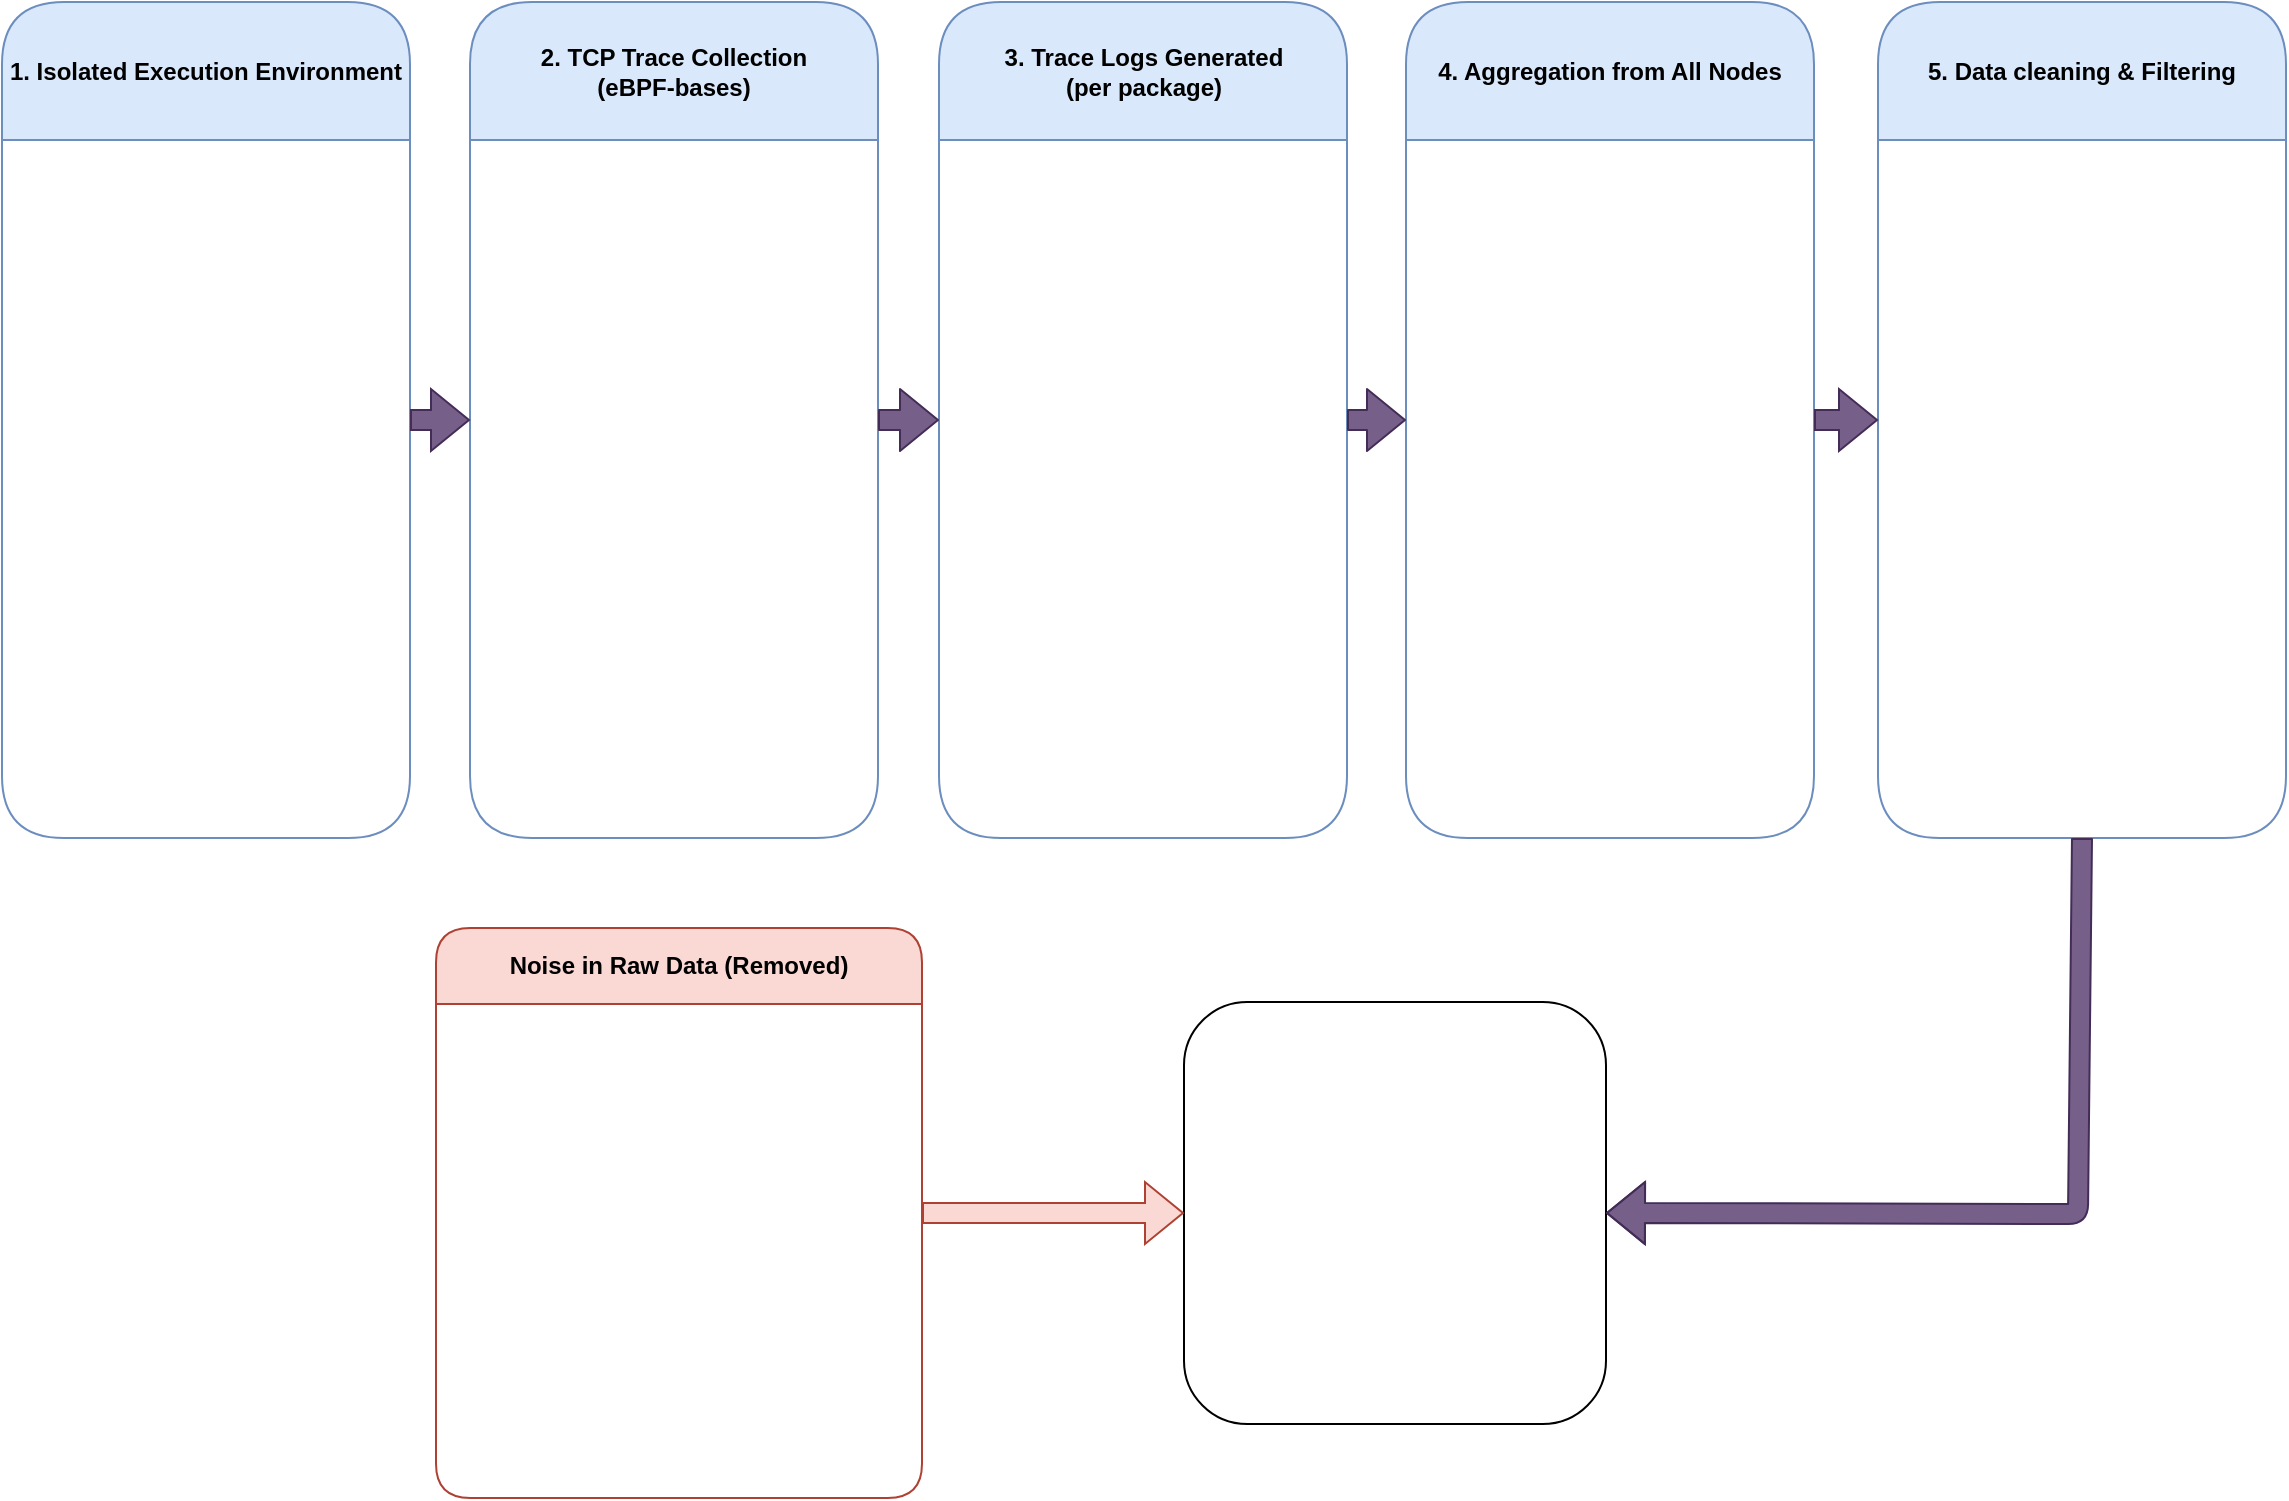
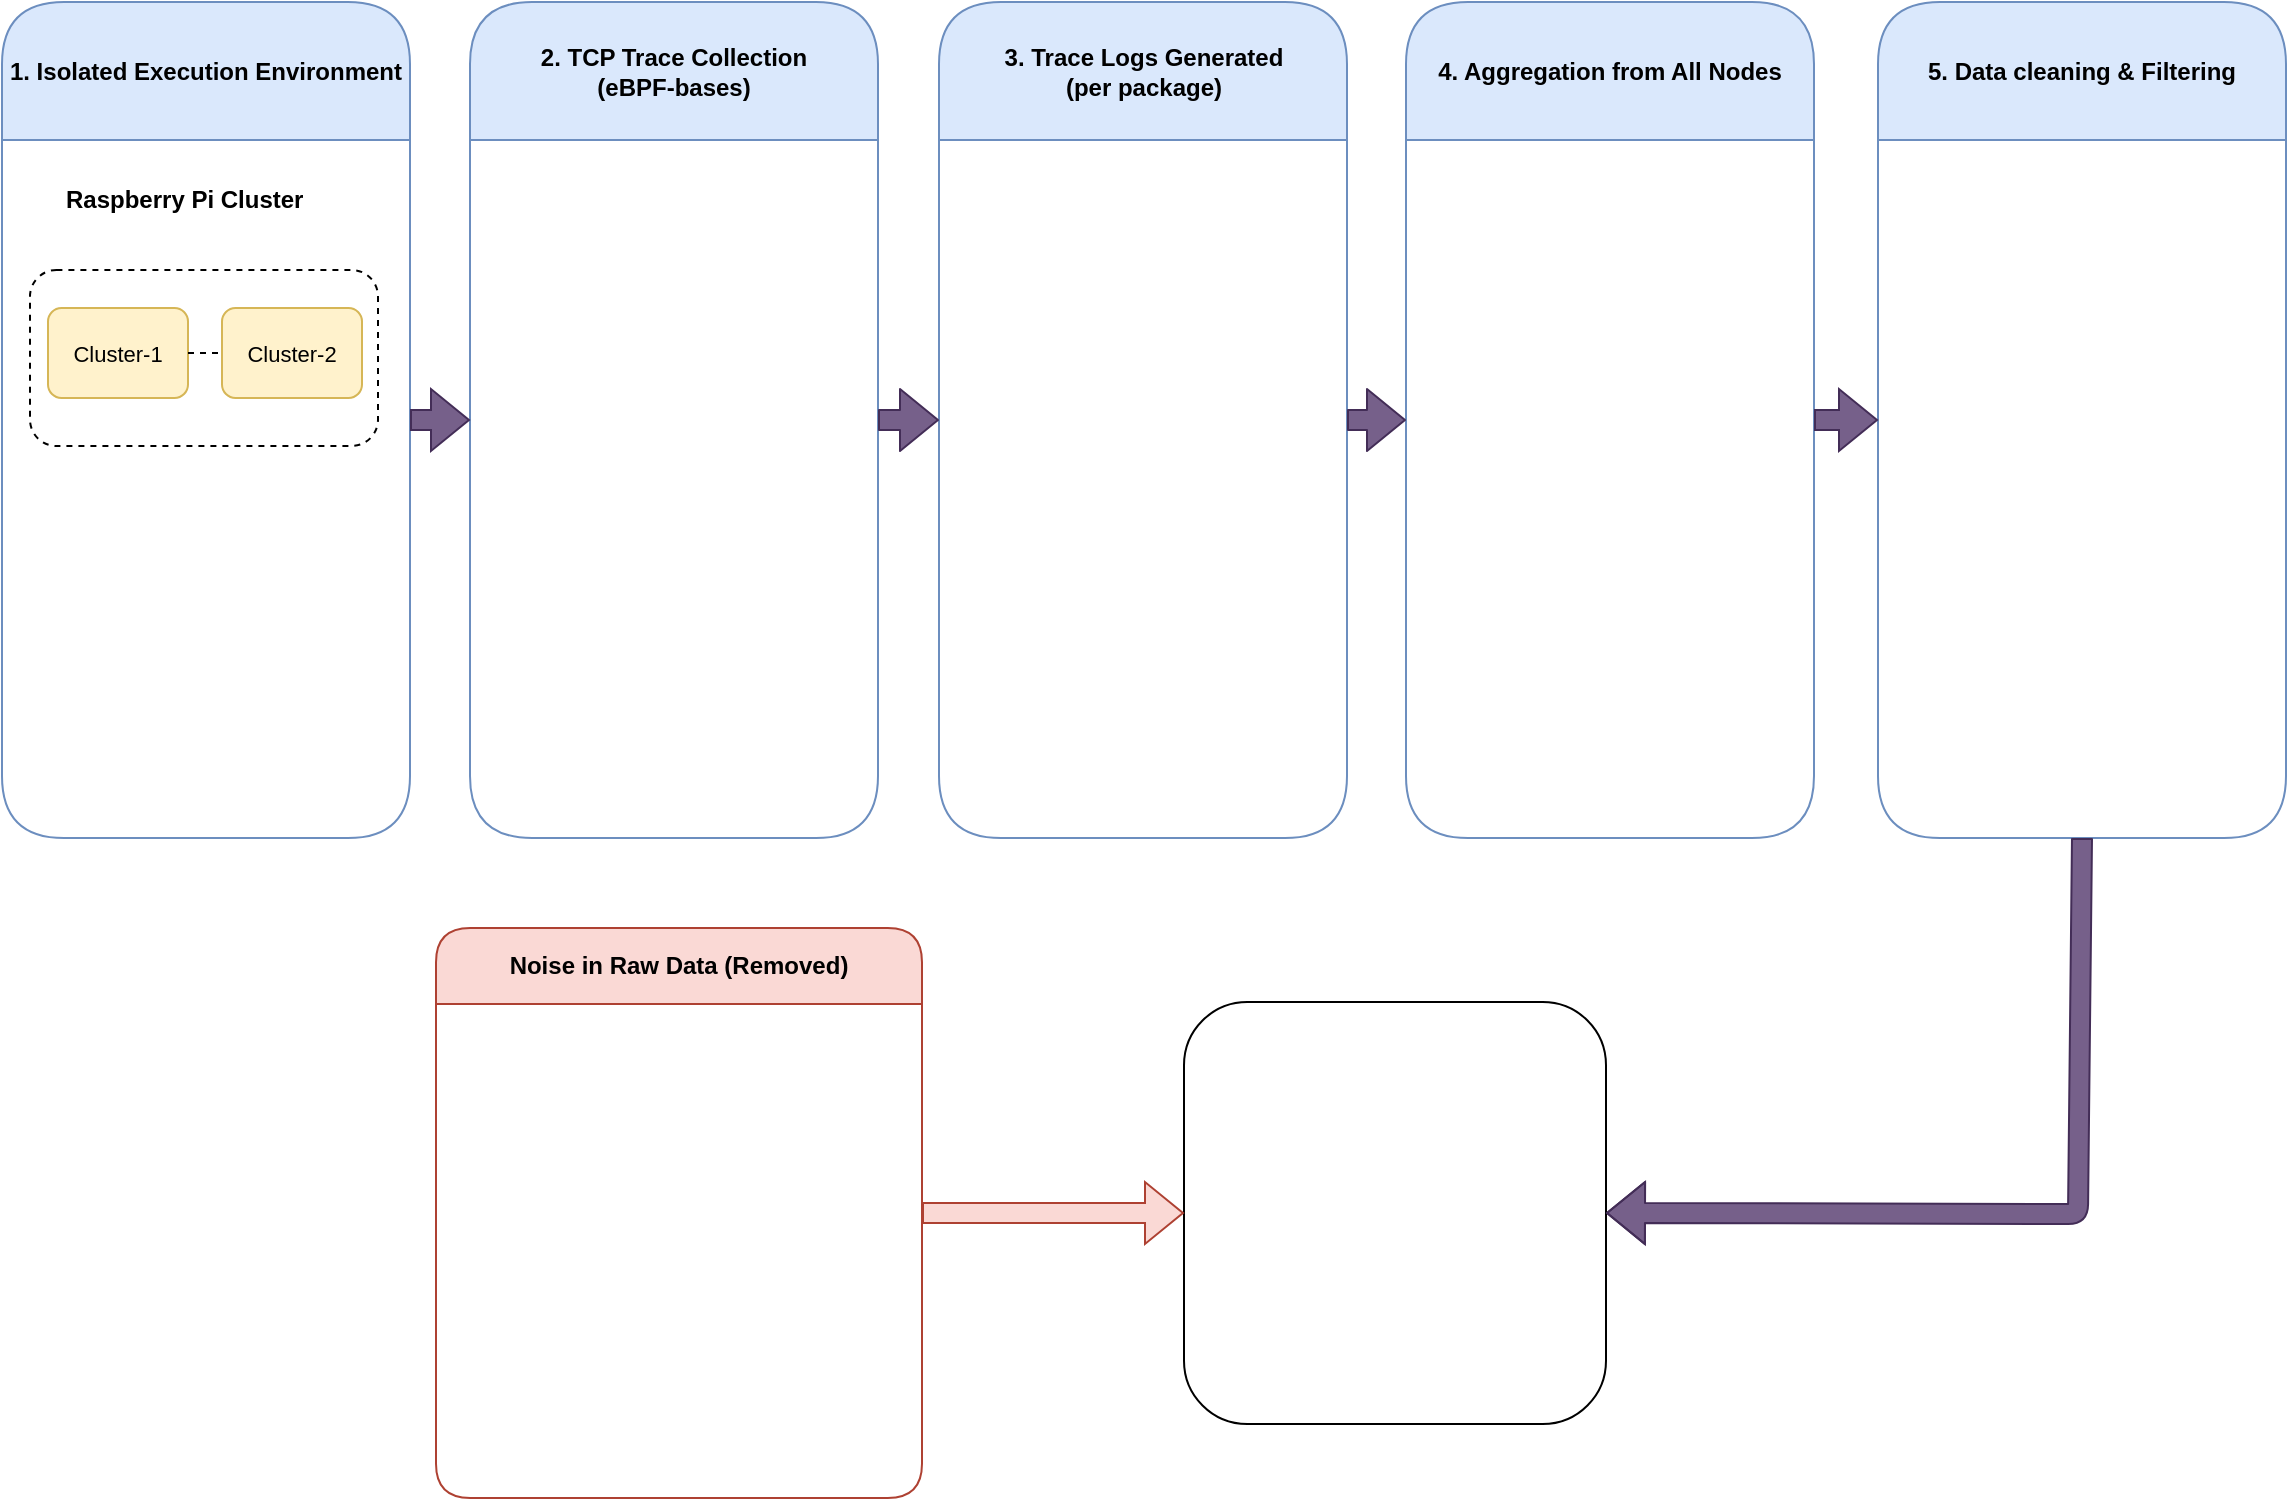
<mxfile host="app.diagrams.net">
  <diagram name="Page-1" id="8kyjSIY6fsYWo43MdOdE">
    <mxGraphModel dx="1406" dy="814" grid="0" gridSize="10" guides="1" tooltips="1" connect="1" arrows="1" fold="1" page="1" pageScale="1" pageWidth="1181" pageHeight="827" background="none" math="0" shadow="0">
      <root>
        <mxCell id="0" />
        <mxCell id="1" parent="0" />
        <mxCell id="yPxf8Ypyw46N0n0ri4En-1" parent="1" style="swimlane;whiteSpace=wrap;html=1;swimlaneFillColor=none;rounded=1;startSize=69;strokeColor=#6c8ebf;fillColor=#dae8fc;" value="1. Isolated Execution Environment" vertex="1">
          <mxGeometry height="418" width="204" x="20" y="29" as="geometry" />
+         </mxCell>
+         <mxCell id="9OX9V2n5WXdKuxMzRrJa-6" parent="yPxf8Ypyw46N0n0ri4En-1" style="text;strokeColor=none;fillColor=none;align=left;verticalAlign=middle;spacingLeft=4;spacingRight=4;overflow=hidden;points=[[0,0.5],[1,0.5]];portConstraint=eastwest;rotatable=0;whiteSpace=wrap;html=1;" value="&lt;b&gt;Raspberry Pi Cluster&lt;/b&gt;" vertex="1">
+           <mxGeometry height="30" width="152" x="26" y="84" as="geometry" />
+         </mxCell>
+         <mxCell id="9OX9V2n5WXdKuxMzRrJa-7" parent="yPxf8Ypyw46N0n0ri4En-1" style="rounded=1;whiteSpace=wrap;html=1;dashed=1;" value="" vertex="1">
+           <mxGeometry height="88" width="174" x="14" y="134" as="geometry" />
+         </mxCell>
+         <mxCell id="9OX9V2n5WXdKuxMzRrJa-8" parent="yPxf8Ypyw46N0n0ri4En-1" style="rounded=1;whiteSpace=wrap;html=1;fillColor=#fff2cc;strokeColor=#d6b656;" value="" vertex="1">
+           <mxGeometry height="45" width="70" x="23" y="153" as="geometry" />
+         </mxCell>
+         <mxCell id="9OX9V2n5WXdKuxMzRrJa-9" parent="yPxf8Ypyw46N0n0ri4En-1" style="rounded=1;whiteSpace=wrap;html=1;fillColor=#fff2cc;strokeColor=#d6b656;" value="" vertex="1">
+           <mxGeometry height="45" width="70" x="110" y="153" as="geometry" />
+         </mxCell>
+         <mxCell id="9OX9V2n5WXdKuxMzRrJa-10" parent="yPxf8Ypyw46N0n0ri4En-1" style="text;html=1;whiteSpace=wrap;strokeColor=none;fillColor=none;align=center;verticalAlign=middle;rounded=0;" value="&lt;font style=&quot;font-size: 11px;&quot;&gt;Cluster-1&lt;/font&gt;" vertex="1">
+           <mxGeometry height="18.5" width="50" x="33" y="166.25" as="geometry" />
+         </mxCell>
+         <mxCell id="9OX9V2n5WXdKuxMzRrJa-11" parent="yPxf8Ypyw46N0n0ri4En-1" style="text;html=1;whiteSpace=wrap;strokeColor=none;fillColor=none;align=center;verticalAlign=middle;rounded=0;" value="&lt;font style=&quot;font-size: 11px;&quot;&gt;Cluster-2&lt;/font&gt;" vertex="1">
+           <mxGeometry height="18.5" width="50" x="120" y="166.25" as="geometry" />
+         </mxCell>
+         <mxCell id="9OX9V2n5WXdKuxMzRrJa-12" edge="1" parent="yPxf8Ypyw46N0n0ri4En-1" source="9OX9V2n5WXdKuxMzRrJa-8" style="endArrow=none;html=1;rounded=0;exitX=1;exitY=0.5;exitDx=0;exitDy=0;entryX=0;entryY=0.5;entryDx=0;entryDy=0;dashed=1;" target="9OX9V2n5WXdKuxMzRrJa-9" value="">
+           <mxGeometry height="50" relative="1" width="50" as="geometry">
+             <mxPoint x="545" y="408" as="sourcePoint" />
+             <mxPoint x="595" y="358" as="targetPoint" />
+           </mxGeometry>
        </mxCell>
        <mxCell id="yPxf8Ypyw46N0n0ri4En-4" parent="1" style="swimlane;whiteSpace=wrap;html=1;swimlaneFillColor=none;rounded=1;startSize=69;strokeColor=#6c8ebf;fillColor=#dae8fc;" value="2. TCP Trace Collection&lt;div&gt;(eBPF-bases)&lt;/div&gt;" vertex="1">
          <mxGeometry height="418" width="204" x="254" y="29" as="geometry" />
        </mxCell>
        <mxCell id="yPxf8Ypyw46N0n0ri4En-5" parent="1" style="swimlane;whiteSpace=wrap;html=1;swimlaneFillColor=none;rounded=1;startSize=69;strokeColor=#6c8ebf;fillColor=#dae8fc;" value="3. Trace Logs Generated&lt;div&gt;(per package)&lt;/div&gt;" vertex="1">
          <mxGeometry height="418" width="204" x="488.5" y="29" as="geometry" />
        </mxCell>
        <mxCell id="yPxf8Ypyw46N0n0ri4En-6" parent="1" style="swimlane;whiteSpace=wrap;html=1;swimlaneFillColor=none;rounded=1;startSize=69;strokeColor=#6c8ebf;fillColor=#dae8fc;" value="4. Aggregation from All Nodes" vertex="1">
          <mxGeometry height="418" width="204" x="722" y="29" as="geometry" />
        </mxCell>
        <mxCell id="yPxf8Ypyw46N0n0ri4En-7" parent="1" style="swimlane;whiteSpace=wrap;html=1;swimlaneFillColor=none;rounded=1;startSize=69;strokeColor=#6c8ebf;fillColor=#dae8fc;" value="5. Data cleaning &amp;amp; Filtering" vertex="1">
          <mxGeometry height="418" width="204" x="958" y="29" as="geometry" />
        </mxCell>
        <mxCell id="yPxf8Ypyw46N0n0ri4En-8" parent="1" style="whiteSpace=wrap;html=1;aspect=fixed;rounded=1;strokeWidth=1;" value="" vertex="1">
          <mxGeometry height="211" width="211" x="611" y="529" as="geometry" />
        </mxCell>
        <mxCell id="yPxf8Ypyw46N0n0ri4En-9" edge="1" parent="1" source="yPxf8Ypyw46N0n0ri4En-7" style="endArrow=classic;html=1;rounded=1;exitX=0.5;exitY=1;exitDx=0;exitDy=0;entryX=1;entryY=0.5;entryDx=0;entryDy=0;shape=flexArrow;strokeWidth=1;strokeColor=#432D57;fillColor=#76608a;" target="yPxf8Ypyw46N0n0ri4En-8" value="">
          <mxGeometry height="50" relative="1" width="50" as="geometry">
            <Array as="points">
              <mxPoint x="1058" y="635" />
            </Array>
            <mxPoint x="567" y="544" as="sourcePoint" />
            <mxPoint x="617" y="494" as="targetPoint" />
          </mxGeometry>
        </mxCell>
        <mxCell id="yPxf8Ypyw46N0n0ri4En-10" edge="1" parent="1" source="yPxf8Ypyw46N0n0ri4En-4" style="endArrow=classic;html=1;rounded=1;exitX=1;exitY=0.5;exitDx=0;exitDy=0;entryX=0;entryY=0.5;entryDx=0;entryDy=0;shape=flexArrow;fillColor=#76608a;strokeColor=#432D57;" target="yPxf8Ypyw46N0n0ri4En-5" value="">
          <mxGeometry height="50" relative="1" width="50" as="geometry">
            <mxPoint x="567" y="444" as="sourcePoint" />
            <mxPoint x="617" y="394" as="targetPoint" />
          </mxGeometry>
        </mxCell>
        <mxCell id="9OX9V2n5WXdKuxMzRrJa-1" edge="1" parent="1" source="yPxf8Ypyw46N0n0ri4En-5" style="endArrow=classic;html=1;rounded=1;exitX=1;exitY=0.5;exitDx=0;exitDy=0;entryX=0;entryY=0.5;entryDx=0;entryDy=0;shape=flexArrow;fillColor=#76608a;strokeColor=#432D57;" target="yPxf8Ypyw46N0n0ri4En-6" value="">
          <mxGeometry height="50" relative="1" width="50" as="geometry">
            <mxPoint x="565" y="444" as="sourcePoint" />
            <mxPoint x="615" y="394" as="targetPoint" />
          </mxGeometry>
        </mxCell>
        <mxCell id="9OX9V2n5WXdKuxMzRrJa-2" edge="1" parent="1" source="yPxf8Ypyw46N0n0ri4En-6" style="endArrow=classic;html=1;rounded=0;exitX=1;exitY=0.5;exitDx=0;exitDy=0;entryX=0;entryY=0.5;entryDx=0;entryDy=0;shape=flexArrow;fillColor=#76608a;strokeColor=#432D57;" target="yPxf8Ypyw46N0n0ri4En-7" value="">
          <mxGeometry height="50" relative="1" width="50" as="geometry">
            <mxPoint x="565" y="444" as="sourcePoint" />
            <mxPoint x="615" y="394" as="targetPoint" />
          </mxGeometry>
        </mxCell>
        <mxCell id="9OX9V2n5WXdKuxMzRrJa-3" edge="1" parent="1" source="yPxf8Ypyw46N0n0ri4En-1" style="endArrow=classic;html=1;rounded=0;exitX=1;exitY=0.5;exitDx=0;exitDy=0;entryX=0;entryY=0.5;entryDx=0;entryDy=0;shape=flexArrow;fillColor=#76608a;strokeColor=#432D57;" target="yPxf8Ypyw46N0n0ri4En-4" value="">
          <mxGeometry height="50" relative="1" width="50" as="geometry">
            <mxPoint x="565" y="444" as="sourcePoint" />
            <mxPoint x="615" y="394" as="targetPoint" />
          </mxGeometry>
        </mxCell>
        <mxCell id="9OX9V2n5WXdKuxMzRrJa-4" parent="1" style="swimlane;whiteSpace=wrap;html=1;startSize=38;rounded=1;fillColor=#fad9d5;strokeColor=#ae4132;" value="Noise in Raw Data (Removed)" vertex="1">
          <mxGeometry height="285" width="243" x="237" y="492" as="geometry" />
        </mxCell>
        <mxCell id="9OX9V2n5WXdKuxMzRrJa-5" edge="1" parent="1" source="9OX9V2n5WXdKuxMzRrJa-4" style="endArrow=classic;html=1;rounded=0;exitX=1;exitY=0.5;exitDx=0;exitDy=0;entryX=0;entryY=0.5;entryDx=0;entryDy=0;shape=flexArrow;fillColor=#fad9d5;strokeColor=#ae4132;" target="yPxf8Ypyw46N0n0ri4En-8" value="">
          <mxGeometry height="50" relative="1" width="50" as="geometry">
            <mxPoint x="565" y="437" as="sourcePoint" />
            <mxPoint x="615" y="387" as="targetPoint" />
          </mxGeometry>
        </mxCell>
      </root>
    </mxGraphModel>
  </diagram>
</mxfile>
